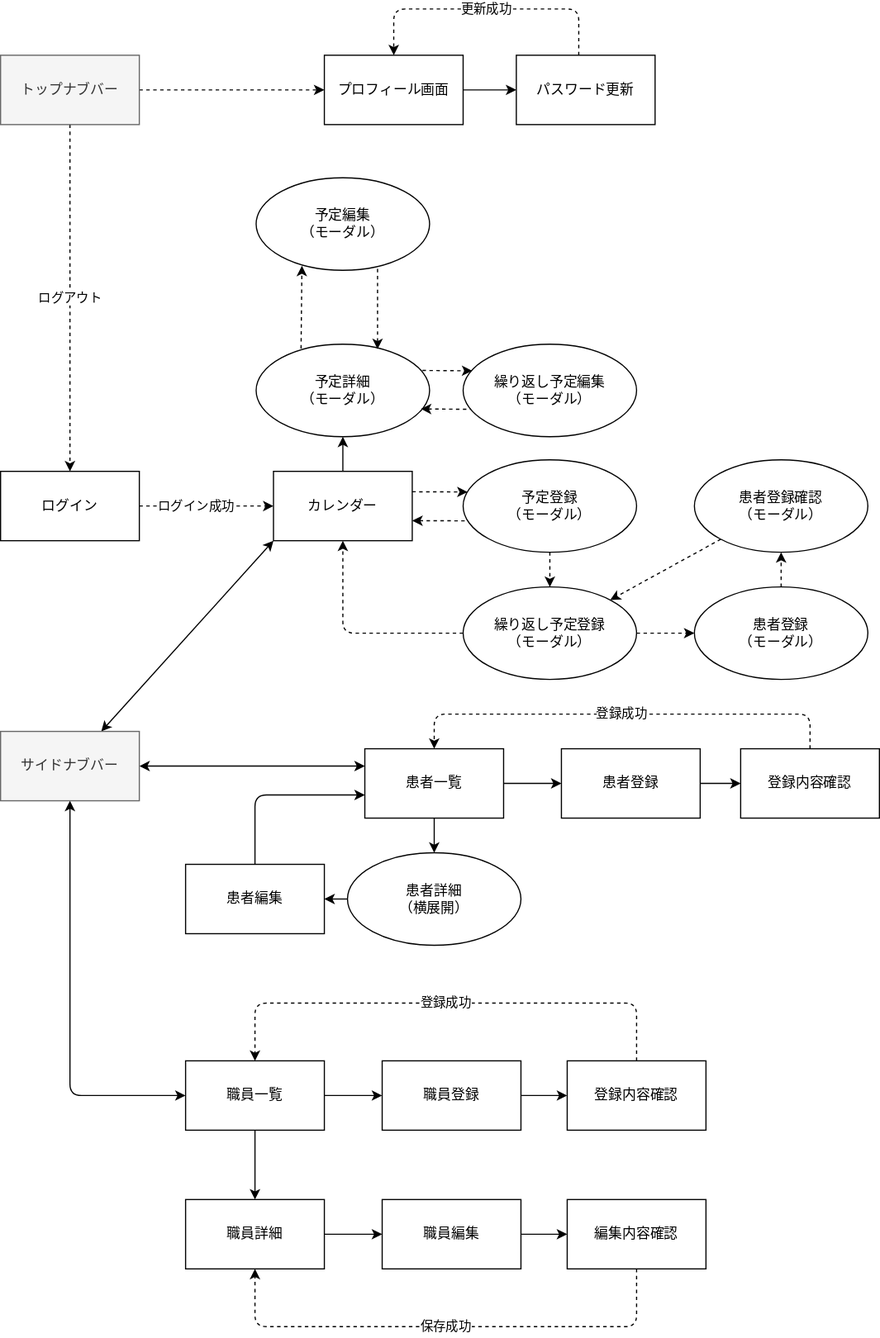
The draw.io diagram src/画面構成/displays.dio.svg in Fukuemon/buddy_design_docs, before a commit. Source tidied: cells renumbered, new cells last; positions are measured from the earlier drawing's top-left corner, leaving out a move shared by most shapes.
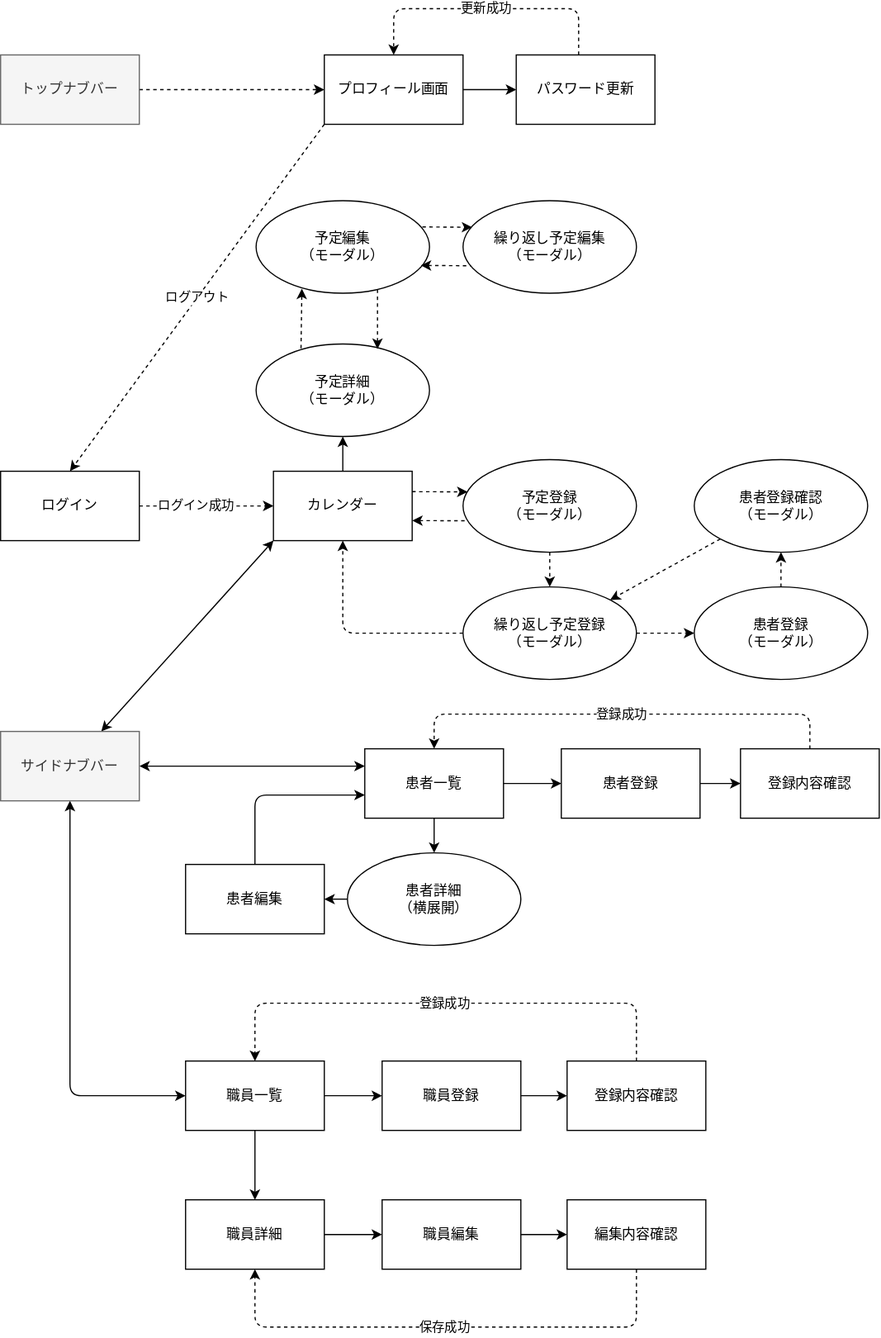
Above is the later version.

Commit message:
端末用の画面遷移図作成

What changed in the source:
```diff
@@ -78,7 +78,7 @@
     <mxCell id="21" value="サイドナブバー" style="whiteSpace=wrap;html=1;shadow=0;fillColor=#f5f5f5;fontColor=#333333;strokeColor=#666666;" parent="1" vertex="1">
       <mxGeometry y="625" width="120" height="60" as="geometry" />
     </mxCell>
-    <mxCell id="22" value="ログアウト" style="edgeStyle=none;html=1;exitX=0.5;exitY=1;exitDx=0;exitDy=0;entryX=0.5;entryY=0;entryDx=0;entryDy=0;dashed=1;" parent="1" edge="1" source="24" target="3">
+    <mxCell id="22" value="ログアウト" style="edgeStyle=none;html=1;exitX=0;exitY=1;exitDx=0;exitDy=0;entryX=0.5;entryY=0;entryDx=0;entryDy=0;dashed=1;" parent="1" edge="1" source="26" target="3">
       <mxGeometry relative="1" as="geometry" />
     </mxCell>
     <mxCell id="23" style="edgeStyle=orthogonalEdgeStyle;html=1;entryX=0;entryY=0.5;entryDx=0;entryDy=0;dashed=1;startArrow=none;startFill=0;" parent="1" edge="1" source="24" target="26">
@@ -160,8 +160,10 @@
     <mxCell id="43" style="edgeStyle=none;html=1;dashed=1;startArrow=none;startFill=0;endArrow=classic;endFill=1;exitX=0.259;exitY=0.046;exitDx=0;exitDy=0;exitPerimeter=0;entryX=0.264;entryY=0.952;entryDx=0;entryDy=0;entryPerimeter=0;" parent="1" edge="1" source="45" target="57">
       <mxGeometry relative="1" as="geometry" />
     </mxCell>
-    <mxCell id="44" style="edgeStyle=none;html=1;dashed=1;startArrow=none;startFill=0;endArrow=classic;endFill=1;entryX=0.053;entryY=0.288;entryDx=0;entryDy=0;entryPerimeter=0;exitX=0.959;exitY=0.284;exitDx=0;exitDy=0;exitPerimeter=0;" parent="1" edge="1" source="45" target="59">
-      <mxGeometry relative="1" as="geometry" />
+    <mxCell id="44" style="edgeStyle=none;html=1;dashed=1;startArrow=none;startFill=0;endArrow=classic;endFill=1;entryX=0.053;entryY=0.288;entryDx=0;entryDy=0;entryPerimeter=0;exitX=0.959;exitY=0.284;exitDx=0;exitDy=0;exitPerimeter=0;" parent="1" edge="1" target="59">
+      <mxGeometry relative="1" as="geometry">
+        <mxPoint x="364.8" y="188.7" as="sourcePoint" />
+      </mxGeometry>
     </mxCell>
     <mxCell id="45" value="予定詳細&lt;br style=&quot;border-color: var(--border-color);&quot;&gt;（モーダル）" style="ellipse;whiteSpace=wrap;html=1;shadow=0;" parent="1" vertex="1">
       <mxGeometry x="221" y="290" width="150" height="80" as="geometry" />
@@ -207,7 +209,7 @@
       </mxGeometry>
     </mxCell>
     <mxCell id="57" value="予定編集&lt;br style=&quot;border-color: var(--border-color);&quot;&gt;（モーダル）" style="ellipse;whiteSpace=wrap;html=1;shadow=0;" parent="1" vertex="1">
-      <mxGeometry x="221" y="146" width="150" height="80" as="geometry" />
+      <mxGeometry x="221" y="166" width="150" height="80" as="geometry" />
     </mxCell>
     <mxCell id="58" style="edgeStyle=none;html=1;dashed=1;startArrow=classic;startFill=1;endArrow=none;endFill=0;exitX=0.259;exitY=0.046;exitDx=0;exitDy=0;exitPerimeter=0;entryX=0.7;entryY=0.958;entryDx=0;entryDy=0;entryPerimeter=0;" parent="1" edge="1" target="57">
       <mxGeometry relative="1" as="geometry">
@@ -215,12 +217,12 @@
       </mxGeometry>
     </mxCell>
     <mxCell id="59" value="繰り返し予定編集&lt;br style=&quot;border-color: var(--border-color);&quot;&gt;（モーダル）" style="ellipse;whiteSpace=wrap;html=1;shadow=0;" parent="1" vertex="1">
-      <mxGeometry x="400" y="290" width="150" height="80" as="geometry" />
+      <mxGeometry x="400" y="166" width="150" height="80" as="geometry" />
     </mxCell>
     <mxCell id="60" style="edgeStyle=none;html=1;dashed=1;startArrow=classic;startFill=1;endArrow=none;endFill=0;entryX=0.053;entryY=0.288;entryDx=0;entryDy=0;entryPerimeter=0;exitX=0.959;exitY=0.284;exitDx=0;exitDy=0;exitPerimeter=0;" parent="1" edge="1">
       <mxGeometry relative="1" as="geometry">
-        <mxPoint x="363.4" y="346" as="sourcePoint" />
-        <mxPoint x="406.6" y="346.3" as="targetPoint" />
+        <mxPoint x="363.4" y="222" as="sourcePoint" />
+        <mxPoint x="406.6" y="222.3" as="targetPoint" />
       </mxGeometry>
     </mxCell>
   </root>
```
